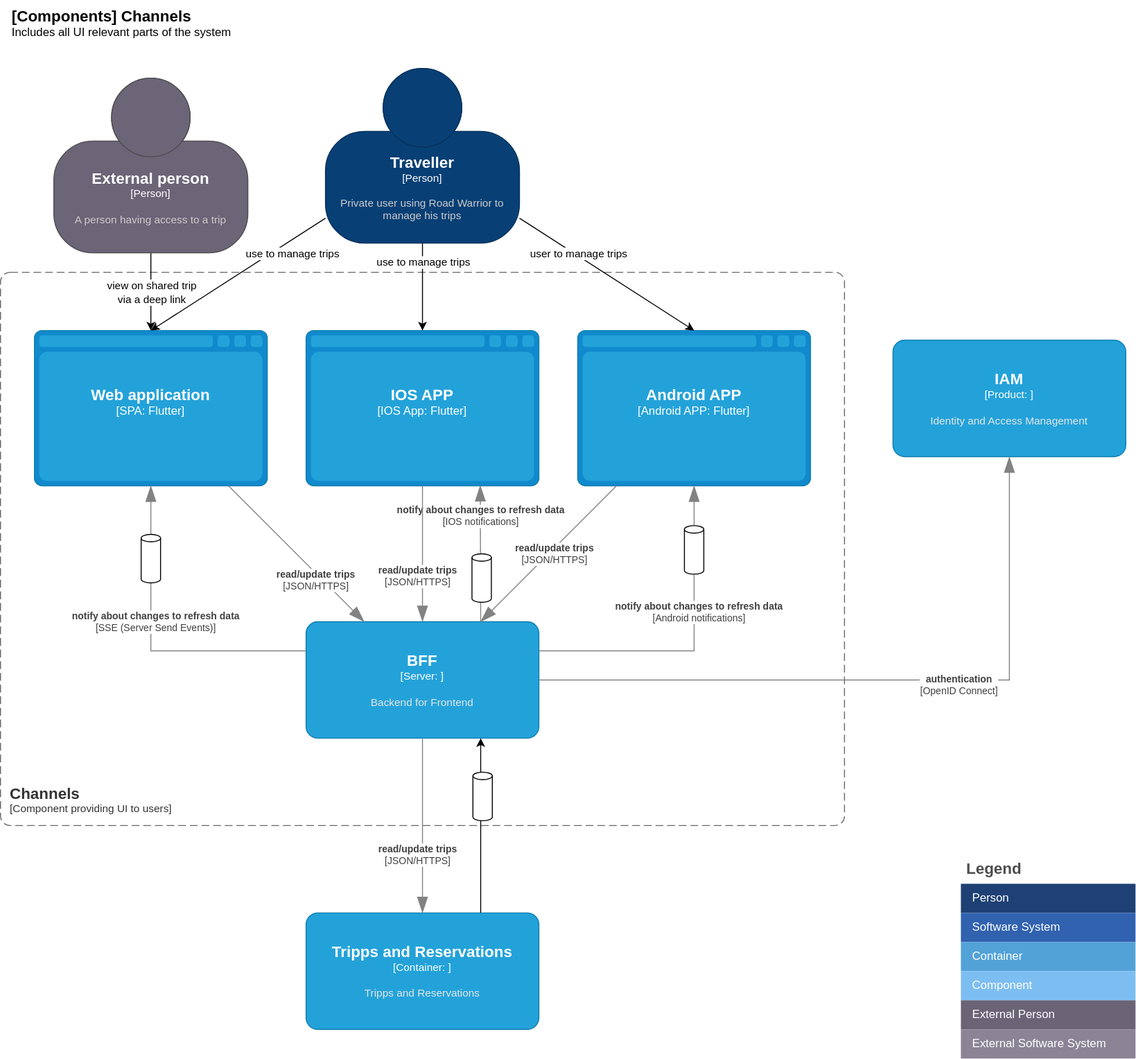
Before: diagrams/Component-Channels.drawio.svg, a diagram exported from draw.io (wschaef/architecture-kata-2023). Source tidied: cells renumbered, new cells last; positions are measured from the earlier drawing's top-left corner, leaving out a move shared by most shapes.
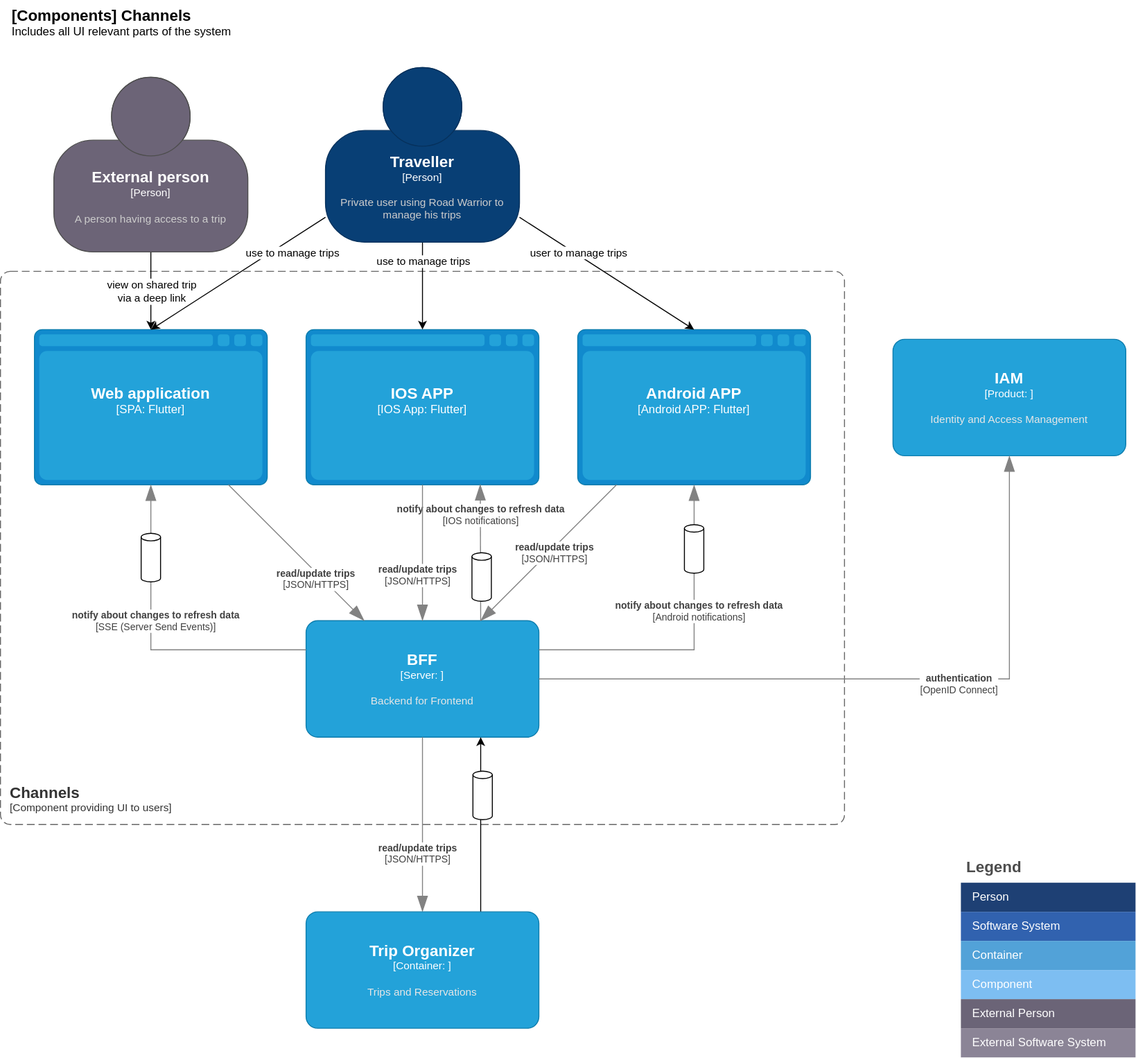
Above is the later version.

What changed in the source:
```diff
@@ -85,7 +85,7 @@
         <mxGeometry x="0.33" y="-5" relative="1" as="geometry" />
       </mxCell>
     </object>
-    <object id="21" label="&lt;font style=&quot;font-size: 16px&quot;&gt;&lt;b&gt;%c4Name%&lt;/b&gt;&lt;/font&gt;&lt;div&gt;[%c4Type%: %c4Technology%]&lt;/div&gt;&lt;br&gt;&lt;div&gt;&lt;font style=&quot;font-size: 11px&quot;&gt;&lt;font color=&quot;#E6E6E6&quot;&gt;%c4Description%&lt;/font&gt;&lt;/div&gt;" c4Description="Tripps and Reservations" c4Name="Tripps and Reservations" c4Technology="" c4Type="Container" placeholders="1">
+    <object id="21" label="&lt;font style=&quot;font-size: 16px&quot;&gt;&lt;b&gt;%c4Name%&lt;/b&gt;&lt;/font&gt;&lt;div&gt;[%c4Type%: %c4Technology%]&lt;/div&gt;&lt;br&gt;&lt;div&gt;&lt;font style=&quot;font-size: 11px&quot;&gt;&lt;font color=&quot;#E6E6E6&quot;&gt;%c4Description%&lt;/font&gt;&lt;/div&gt;" c4Description="Trips and Reservations" c4Name="Trip Organizer" c4Technology="" c4Type="Container" placeholders="1">
       <mxCell style="rounded=1;whiteSpace=wrap;html=1;fontSize=11;labelBackgroundColor=none;fillColor=#23A2D9;fontColor=#ffffff;align=center;arcSize=10;strokeColor=#0E7DAD;points=[[0.25,0,0],[0.5,0,0],[0.75,0,0],[1,0.25,0],[1,0.5,0],[1,0.75,0],[0.75,1,0],[0.5,1,0],[0.25,1,0],[0,0.75,0],[0,0.5,0],[0,0.25,0]];" parent="1" vertex="1">
         <mxGeometry x="315" y="940" width="240" height="120" as="geometry" />
       </mxCell>
```
